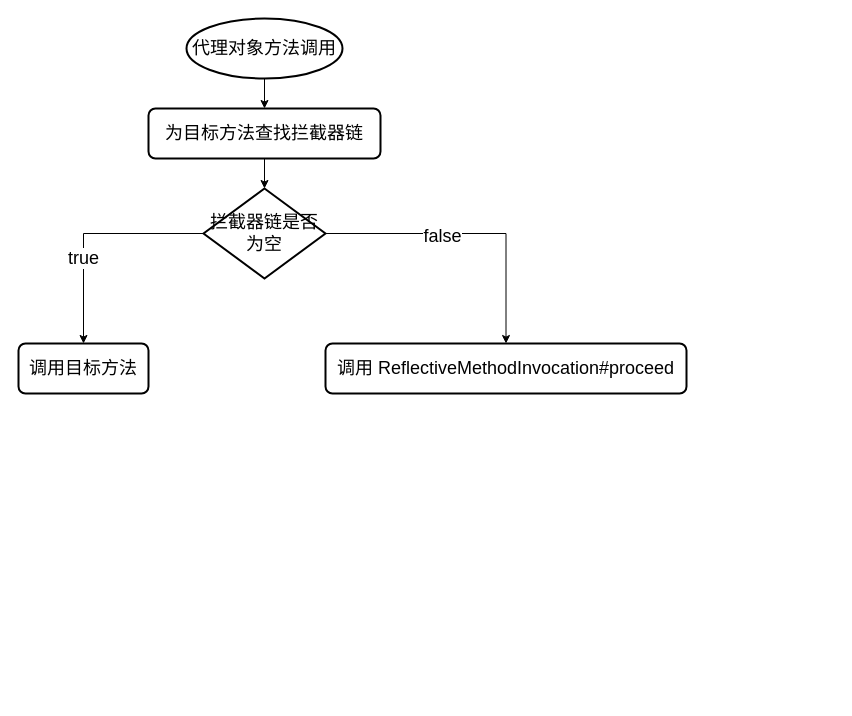
Above: spring/AOP-Jdk动态代理方法调用过程.drawio in GitHeP/diagrams (draw.io), before the change. Source tidied: cells renumbered, new cells numbered last; positions are measured from the earlier drawing's top-left corner, leaving out a move shared by most shapes. Both pictures are drawn from the tidied source at 100%, with x=0, y=0 at pixel (18, 18).
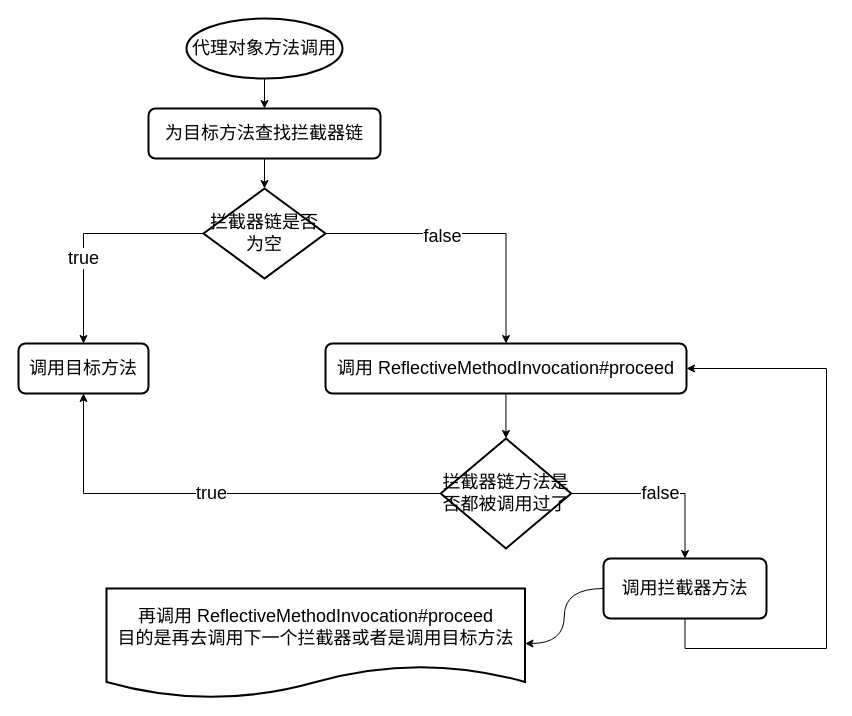
Above is the later version.

Commit message (it also covers changes not shown here):
更新AOP-Jdk动态代理方法调用过程.drawio

Unchanged cells that the change refers to:
```xml
<mxCell id="10" value="调用目标方法" style="rounded=1;whiteSpace=wrap;html=1;absoluteArcSize=1;arcSize=14;strokeWidth=2;fontSize=18;" parent="1" vertex="1">
  <mxGeometry y="325" width="130" height="50" as="geometry" />
</mxCell>
<mxCell id="11" value="调用 ReflectiveMethodInvocation#proceed" style="rounded=1;whiteSpace=wrap;html=1;absoluteArcSize=1;arcSize=14;strokeWidth=2;fontSize=18;" parent="1" vertex="1">
  <mxGeometry x="307" y="325" width="361" height="50" as="geometry" />
</mxCell>
```

What changed in the source:
```diff
@@
+    <mxCell id="12" style="edgeStyle=orthogonalEdgeStyle;rounded=0;jettySize=auto;html=1;entryX=0.5;entryY=0;entryDx=0;entryDy=0;entryPerimeter=0;fontSize=18;" parent="1" edge="1" source="11" target="15">
+      <mxGeometry relative="1" as="geometry" />
+    </mxCell>
@@
+    <mxCell id="13" value="true" style="edgeStyle=orthogonalEdgeStyle;rounded=0;jettySize=auto;html=1;entryX=0.5;entryY=1;entryDx=0;entryDy=0;fontSize=18;" parent="1" edge="1" source="15" target="10">
+      <mxGeometry relative="1" as="geometry" />
+    </mxCell>
+    <mxCell id="14" value="false" style="edgeStyle=orthogonalEdgeStyle;rounded=0;jettySize=auto;html=1;entryX=0.5;entryY=0;entryDx=0;entryDy=0;fontSize=18;" parent="1" edge="1" source="15" target="18">
+      <mxGeometry relative="1" as="geometry" />
+    </mxCell>
+    <mxCell id="15" value="拦截器链方法是否都被调用过了" style="strokeWidth=2;html=1;shape=mxgraph.flowchart.decision;whiteSpace=wrap;fontSize=18;" parent="1" vertex="1">
+      <mxGeometry x="422.2" y="420" width="130.5" height="110" as="geometry" />
+    </mxCell>
+    <mxCell id="16" style="edgeStyle=orthogonalEdgeStyle;rounded=0;jettySize=auto;html=1;entryX=1;entryY=0.5;entryDx=0;entryDy=0;fontSize=18;exitX=0.5;exitY=1;exitDx=0;exitDy=0;" parent="1" edge="1" source="18" target="11">
+      <mxGeometry relative="1" as="geometry">
+        <Array as="points">
+          <mxPoint x="667" y="630" />
+          <mxPoint x="808" y="630" />
+          <mxPoint x="808" y="350" />
+        </Array>
+      </mxGeometry>
+    </mxCell>
+    <mxCell id="17" style="edgeStyle=orthogonalEdgeStyle;jettySize=auto;html=1;fontSize=18;curved=1;" parent="1" edge="1" source="18" target="19">
+      <mxGeometry relative="1" as="geometry" />
+    </mxCell>
+    <mxCell id="18" value="调用拦截器方法" style="rounded=1;whiteSpace=wrap;html=1;absoluteArcSize=1;arcSize=14;strokeWidth=2;fontSize=18;" parent="1" vertex="1">
+      <mxGeometry x="585" y="540" width="163" height="60" as="geometry" />
+    </mxCell>
+    <mxCell id="19" value="再调用&amp;nbsp;ReflectiveMethodInvocation#proceed&lt;br&gt;目的是再去调用下一个拦截器或者是调用目标方法" style="shape=document;whiteSpace=wrap;html=1;boundedLbl=1;fontSize=18;rounded=1;arcSize=14;strokeWidth=2;" parent="1" vertex="1">
+      <mxGeometry x="88" y="570" width="418.5" height="110" as="geometry" />
+    </mxCell>
```
